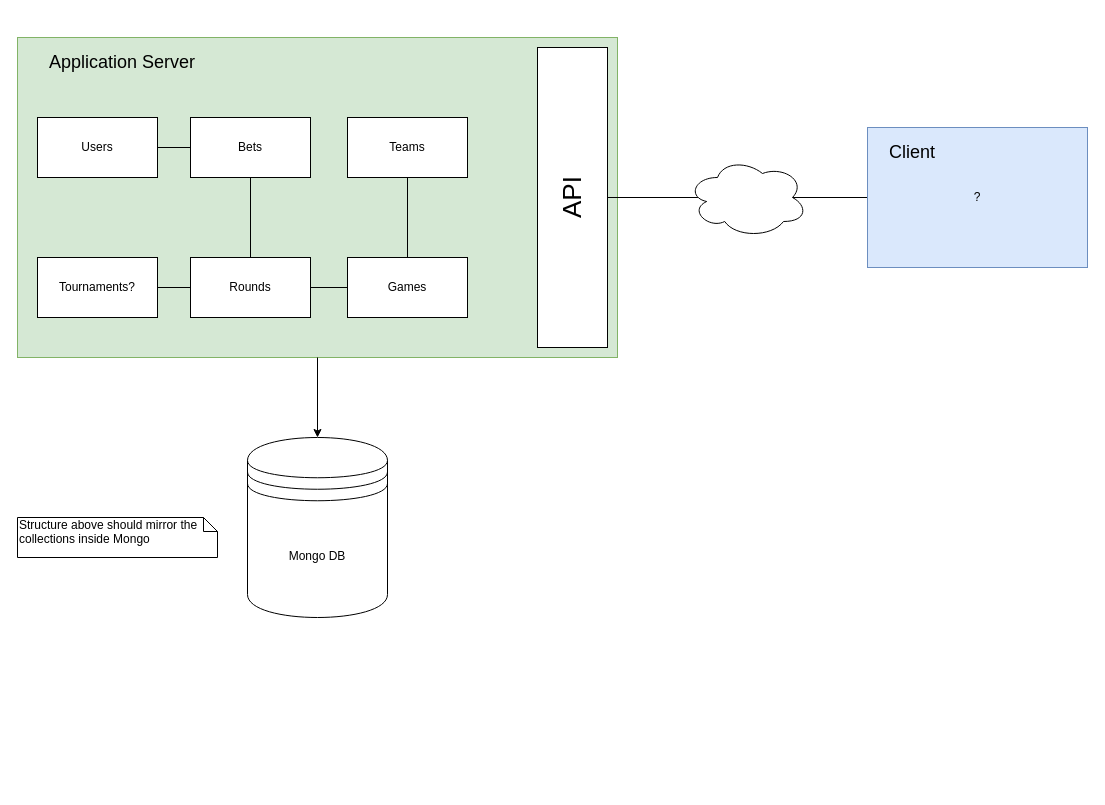
Above: docs/images/architecture.drawio in msc-dtss/super6assignment (draw.io), before the change. Source tidied: cells renumbered, new cells numbered last; positions are measured from the earlier drawing's top-left corner, leaving out a move shared by most shapes. Both pictures are drawn from the tidied source at 100%, with x=0, y=0 at pixel (17, 37).
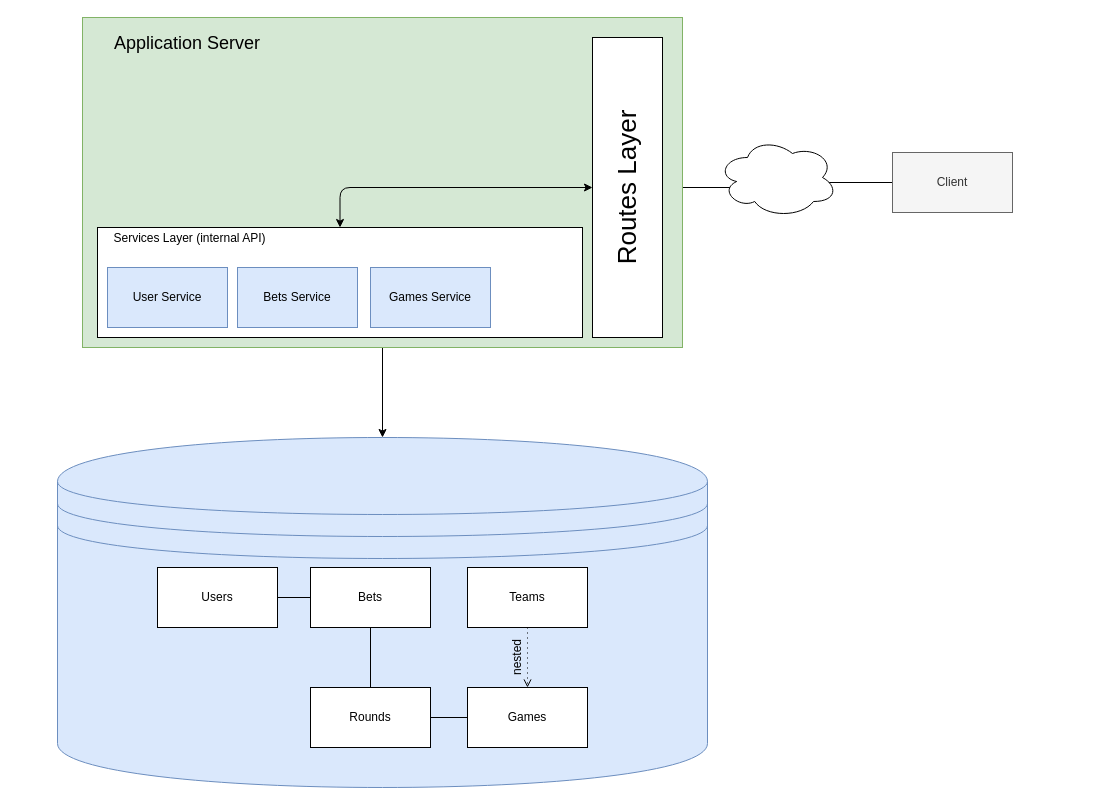
The same diagram, later.

Commit message (it also covers changes not shown here):
Updated architecture diagram

The edit, as a diff of the source:
```diff
@@
-    <mxCell id="2" style="group;" parent="1" vertex="1">
-      <mxGeometry width="600" height="320" as="geometry" />
-    </mxCell>
-    <mxCell id="3" style="rounded=0;whiteSpace=wrap;html=1;fillColor=#d5e8d4;strokeColor=#82b366;" parent="2" vertex="1">
-      <mxGeometry width="600" height="320" as="geometry" />
-    </mxCell>
-    <mxCell id="4" value="&lt;font style=&quot;font-size: 18px&quot;&gt;Application Server&lt;/font&gt;" style="text;html=1;strokeColor=none;fillColor=none;align=center;verticalAlign=middle;whiteSpace=wrap;rounded=0;" parent="2" vertex="1">
-      <mxGeometry width="210" height="50" as="geometry" />
-    </mxCell>
+    <mxCell id="17" style="shape=datastore;whiteSpace=wrap;html=1;fillColor=#dae8fc;strokeColor=#6c8ebf;" parent="1" vertex="1">
+      <mxGeometry x="40" y="400" width="650" height="350" as="geometry" />
+    </mxCell>
@@
     <mxCell id="7" value="Users" style="rounded=0;whiteSpace=wrap;html=1;" parent="1" vertex="1">
-      <mxGeometry x="20" y="80" width="120" height="60" as="geometry" />
+      <mxGeometry x="140" y="530" width="120" height="60" as="geometry" />
     </mxCell>
@@
     <mxCell id="9" value="Bets" style="rounded=0;whiteSpace=wrap;html=1;" parent="1" vertex="1">
-      <mxGeometry x="173" y="80" width="120" height="60" as="geometry" />
+      <mxGeometry x="293" y="530" width="120" height="60" as="geometry" />
     </mxCell>
-    <mxCell id="10" style="edgeStyle=orthogonalEdgeStyle;rounded=0;jettySize=auto;html=1;endArrow=none;endFill=0;" parent="1" edge="1" source="12" target="16">
-      <mxGeometry relative="1" as="geometry" />
-    </mxCell>
@@
     <mxCell id="12" value="Rounds" style="rounded=0;whiteSpace=wrap;html=1;" parent="1" vertex="1">
-      <mxGeometry x="173" y="220" width="120" height="60" as="geometry" />
+      <mxGeometry x="293" y="650" width="120" height="60" as="geometry" />
     </mxCell>
     <mxCell id="13" value="Games" style="rounded=0;whiteSpace=wrap;html=1;" parent="1" vertex="1">
-      <mxGeometry x="330" y="220" width="120" height="60" as="geometry" />
+      <mxGeometry x="450" y="650" width="120" height="60" as="geometry" />
     </mxCell>
-    <mxCell id="14" style="edgeStyle=orthogonalEdgeStyle;rounded=0;jettySize=auto;html=1;exitX=0.5;exitY=1;exitDx=0;exitDy=0;endArrow=none;endFill=0;" parent="1" edge="1" source="15" target="13">
+    <mxCell id="14" style="edgeStyle=orthogonalEdgeStyle;rounded=0;jettySize=auto;html=1;exitX=0.5;exitY=1;exitDx=0;exitDy=0;endArrow=open;endFill=0;dashed=1;dashPattern=1 4;startArrow=none;startFill=0;" parent="1" edge="1" source="15" target="13">
       <mxGeometry relative="1" as="geometry" />
     </mxCell>
     <mxCell id="15" value="Teams" style="rounded=0;whiteSpace=wrap;html=1;" parent="1" vertex="1">
-      <mxGeometry x="330" y="80" width="120" height="60" as="geometry" />
+      <mxGeometry x="450" y="530" width="120" height="60" as="geometry" />
     </mxCell>
-    <mxCell id="16" value="Tournaments?" style="rounded=0;whiteSpace=wrap;html=1;" parent="1" vertex="1">
-      <mxGeometry x="20" y="220" width="120" height="60" as="geometry" />
-    </mxCell>
-    <mxCell id="17" value="Mongo DB" style="shape=datastore;whiteSpace=wrap;html=1;" parent="1" vertex="1">
-      <mxGeometry x="230" y="400" width="140" height="180" as="geometry" />
-    </mxCell>
-    <mxCell id="18" value="Structure above should mirror the collections inside Mongo" style="shape=note;whiteSpace=wrap;html=1;size=14;verticalAlign=top;align=left;spacingTop=-6;" parent="1" vertex="1">
-      <mxGeometry y="480" width="200" height="40" as="geometry" />
-    </mxCell>
-    <mxCell id="19" style="edgeStyle=orthogonalEdgeStyle;rounded=0;jettySize=auto;html=1;exitX=1;exitY=0.5;exitDx=0;exitDy=0;entryX=0;entryY=0.5;entryDx=0;entryDy=0;endArrow=none;endFill=0;fontSize=26;" parent="1" edge="1" source="20" target="22">
+    <mxCell id="19" style="edgeStyle=orthogonalEdgeStyle;rounded=0;jettySize=auto;html=1;exitX=1;exitY=0.5;exitDx=0;exitDy=0;entryX=0;entryY=0.5;entryDx=0;entryDy=0;endArrow=none;endFill=0;fontSize=26;" parent="1" edge="1" source="20" target="23">
       <mxGeometry relative="1" as="geometry" />
     </mxCell>
+    <mxCell id="24" style="ellipse;shape=cloud;whiteSpace=wrap;html=1;fontSize=26;" parent="1" vertex="1">
+      <mxGeometry x="700" y="100" width="120" height="80" as="geometry" />
+    </mxCell>
+    <mxCell id="25" value="nested" style="text;html=1;strokeColor=none;fillColor=none;align=center;verticalAlign=middle;whiteSpace=wrap;rounded=0;rotation=-90;" parent="1" vertex="1">
+      <mxGeometry x="480" y="610" width="40" height="20" as="geometry" />
+    </mxCell>
+    <mxCell id="23" value="Client" style="rounded=0;whiteSpace=wrap;html=1;fillColor=#f5f5f5;strokeColor=#666666;fontColor=#333333;" parent="1" vertex="1">
+      <mxGeometry x="875" y="115" width="120" height="60" as="geometry" />
+    </mxCell>
+    <mxCell id="2" style="group;" parent="1" vertex="1">
+      <mxGeometry x="65" y="-20" width="600" height="330" as="geometry" />
+    </mxCell>
+    <mxCell id="3" style="rounded=0;whiteSpace=wrap;html=1;fillColor=#d5e8d4;strokeColor=#82b366;" parent="2" vertex="1">
+      <mxGeometry width="600" height="330" as="geometry" />
+    </mxCell>
+    <mxCell id="26" style="rounded=0;whiteSpace=wrap;html=1;fillColor=#ffffff;gradientColor=none;" parent="2" vertex="1">
+      <mxGeometry x="15" y="210" width="485" height="110" as="geometry" />
+    </mxCell>
+    <mxCell id="4" value="&lt;font style=&quot;font-size: 18px&quot;&gt;Application Server&lt;/font&gt;" style="text;html=1;strokeColor=none;fillColor=none;align=center;verticalAlign=middle;whiteSpace=wrap;rounded=0;" parent="2" vertex="1">
+      <mxGeometry width="210" height="51.6" as="geometry" />
+    </mxCell>
+    <mxCell id="27" value="Services Layer (internal API)" style="text;html=1;strokeColor=none;fillColor=none;align=center;verticalAlign=middle;whiteSpace=wrap;rounded=0;" parent="2" vertex="1">
+      <mxGeometry x="15" y="210" width="185" height="21" as="geometry" />
+    </mxCell>
+    <mxCell id="28" value="User Service" style="rounded=0;whiteSpace=wrap;html=1;fillColor=#dae8fc;strokeColor=#6c8ebf;" parent="2" vertex="1">
+      <mxGeometry x="25" y="250" width="120" height="60" as="geometry" />
+    </mxCell>
+    <mxCell id="29" value="Bets Service" style="rounded=0;whiteSpace=wrap;html=1;fillColor=#dae8fc;strokeColor=#6c8ebf;" parent="2" vertex="1">
+      <mxGeometry x="155" y="250" width="120" height="60" as="geometry" />
+    </mxCell>
+    <mxCell id="30" value="Games Service" style="rounded=0;whiteSpace=wrap;html=1;fillColor=#dae8fc;strokeColor=#6c8ebf;" parent="2" vertex="1">
+      <mxGeometry x="288" y="250" width="120" height="60" as="geometry" />
+    </mxCell>
-    <mxCell id="20" value="API" style="rounded=0;whiteSpace=wrap;html=1;horizontal=0;fontSize=26;" parent="1" vertex="1">
-      <mxGeometry x="520" y="10" width="70" height="300" as="geometry" />
+    <mxCell id="20" value="Routes Layer" style="rounded=0;whiteSpace=wrap;html=1;horizontal=0;fontSize=26;" parent="1" vertex="1">
+      <mxGeometry x="575" width="70" height="300" as="geometry" />
     </mxCell>
-    <mxCell id="21" style="group;" parent="1" vertex="1">
-      <mxGeometry x="850" y="90" width="220" height="140" as="geometry" />
-    </mxCell>
-    <mxCell id="22" value="?" style="rounded=0;whiteSpace=wrap;html=1;fillColor=#dae8fc;strokeColor=#6c8ebf;" parent="21" vertex="1">
-      <mxGeometry width="220" height="140" as="geometry" />
-    </mxCell>
-    <mxCell id="23" value="&lt;font style=&quot;font-size: 18px&quot;&gt;Client&lt;/font&gt;" style="text;html=1;strokeColor=none;fillColor=none;align=center;verticalAlign=middle;whiteSpace=wrap;rounded=0;" parent="21" vertex="1">
-      <mxGeometry width="90" height="50" as="geometry" />
-    </mxCell>
-    <mxCell id="24" style="ellipse;shape=cloud;whiteSpace=wrap;html=1;fontSize=26;" parent="1" vertex="1">
-      <mxGeometry x="670" y="120" width="120" height="80" as="geometry" />
-    </mxCell>
+    <mxCell id="31" style="endArrow=classic;startArrow=classic;html=1;exitX=0;exitY=0.5;exitDx=0;exitDy=0;entryX=0.5;entryY=0;entryDx=0;entryDy=0;edgeStyle=orthogonalEdgeStyle;" parent="1" edge="1" source="20" target="26">
+      <mxGeometry relative="1" as="geometry" />
+    </mxCell>
```
